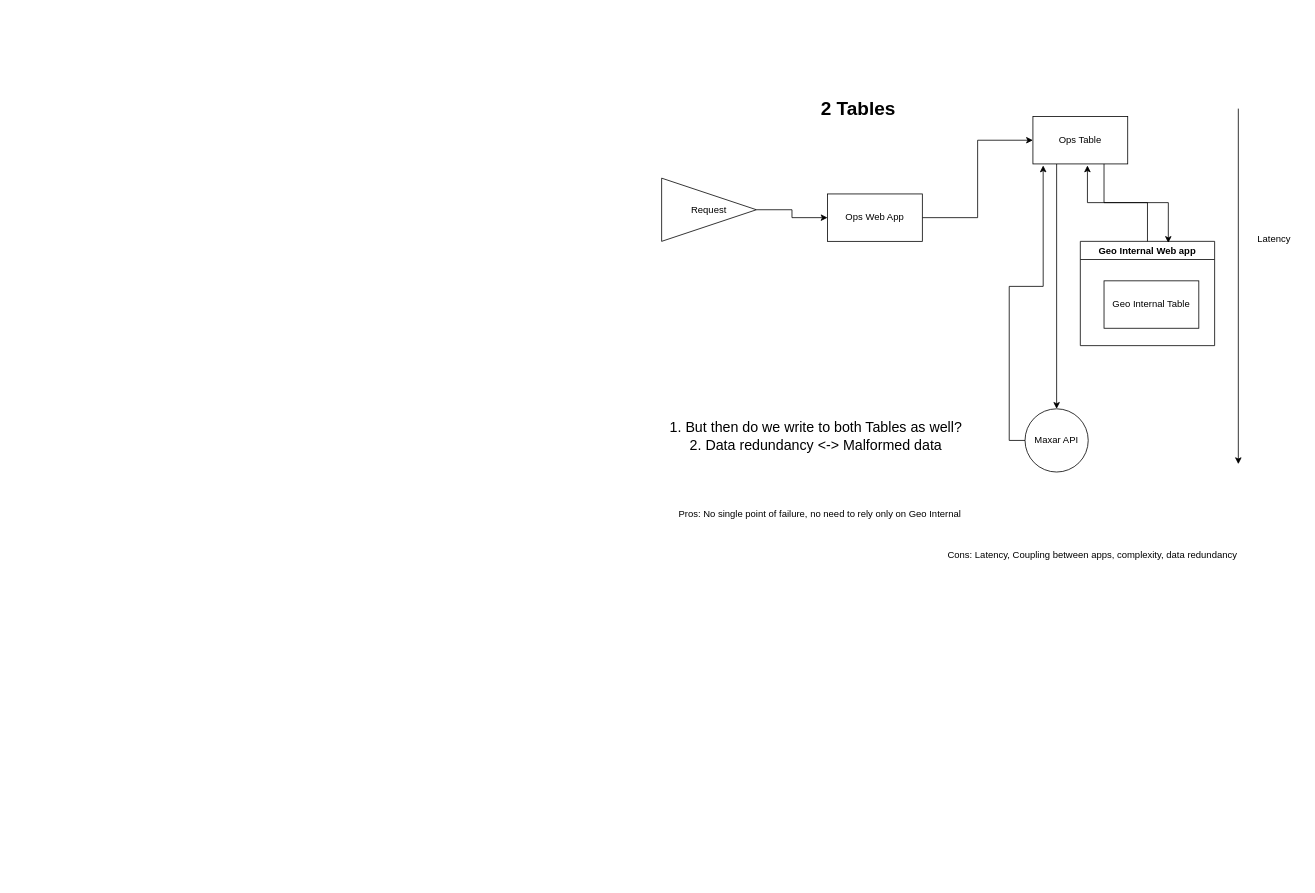
The draw.io diagram Untitled Diagram.drawio in DimVashkov/DimVashkov, before the edit. Source tidied: cells renumbered, new cells numbered last; positions are measured from the earlier drawing's top-left corner, leaving out a move shared by most shapes. Both pictures are drawn from the tidied source at 79%, with x=0, y=0 at pixel (661, 92).
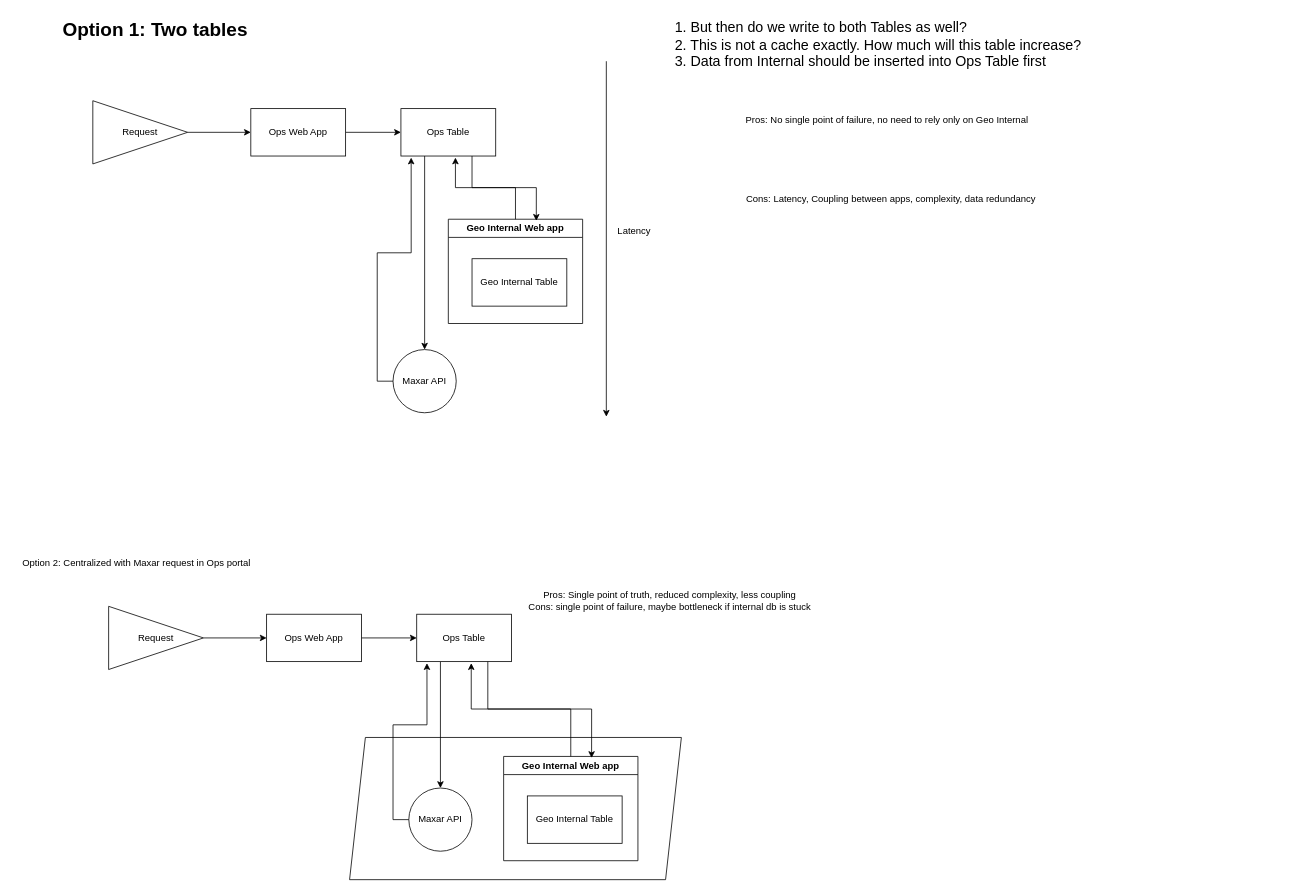
The same diagram, later.

The edit, as a diff of the source:
```diff
@@
+    <mxCell id="20" style="shape=parallelogram;perimeter=parallelogramPerimeter;whiteSpace=wrap;html=1;fixedSize=1;" parent="1" vertex="1">
+      <mxGeometry x="-395" y="816" width="420" height="180" as="geometry" />
+    </mxCell>
@@
     <mxCell id="3" value="Request" style="triangle;whiteSpace=wrap;html=1;" parent="1" vertex="1">
-      <mxGeometry y="108" width="120" height="80" as="geometry" />
+      <mxGeometry x="-720" y="10" width="120" height="80" as="geometry" />
     </mxCell>
-    <mxCell id="4" value="&lt;h1 style=&quot;margin-top: 0px;&quot;&gt;2 Tables&lt;/h1&gt;" style="text;html=1;whiteSpace=wrap;overflow=hidden;rounded=0;" parent="1" vertex="1">
-      <mxGeometry x="200" width="180" height="120" as="geometry" />
+    <mxCell id="4" value="&lt;h1 style=&quot;margin-top: 0px;&quot;&gt;Option 1: Two tables&lt;/h1&gt;" style="text;html=1;whiteSpace=wrap;overflow=hidden;rounded=0;" parent="1" vertex="1">
+      <mxGeometry x="-760" y="-100" width="270" height="120" as="geometry" />
     </mxCell>
@@
     <mxCell id="6" value="Ops Table" style="rounded=0;whiteSpace=wrap;html=1;" parent="1" vertex="1">
-      <mxGeometry x="470" y="30" width="120" height="60" as="geometry" />
+      <mxGeometry x="-330" y="20" width="120" height="60" as="geometry" />
     </mxCell>
     <mxCell id="7" value="Maxar API" style="ellipse;whiteSpace=wrap;html=1;" parent="1" vertex="1">
-      <mxGeometry x="460" y="400" width="80" height="80" as="geometry" />
+      <mxGeometry x="-340" y="325" width="80" height="80" as="geometry" />
     </mxCell>
     <mxCell id="8" style="endArrow=classic;html=1;rounded=0;" parent="1" edge="1">
       <mxGeometry relative="1" as="geometry">
-        <mxPoint x="730" y="20" as="sourcePoint" />
-        <mxPoint x="730" y="470" as="targetPoint" />
+        <mxPoint x="-70" y="-40" as="sourcePoint" />
+        <mxPoint x="-70" y="410" as="targetPoint" />
       </mxGeometry>
     </mxCell>
     <mxCell id="9" value="Latency" style="text;html=1;align=center;verticalAlign=middle;strokeColor=none;fillColor=none;" parent="1" vertex="1">
-      <mxGeometry x="740" y="170" width="70" height="30" as="geometry" />
+      <mxGeometry x="-70" y="160" width="70" height="30" as="geometry" />
     </mxCell>
@@
     <mxCell id="11" value="Ops Web App" style="rounded=0;whiteSpace=wrap;html=1;" parent="1" vertex="1">
-      <mxGeometry x="210" y="128" width="120" height="60" as="geometry" />
+      <mxGeometry x="-520" y="20" width="120" height="60" as="geometry" />
     </mxCell>
     <mxCell id="12" value="Geo Internal Web app" style="swimlane;whiteSpace=wrap;html=1;" parent="1" vertex="1">
-      <mxGeometry x="530" y="188" width="170" height="132" as="geometry" />
+      <mxGeometry x="-270" y="160" width="170" height="132" as="geometry" />
     </mxCell>
@@
-    <mxCell id="17" value="&lt;font style=&quot;font-size: 18px;&quot;&gt;1. But then do we write to both Tables as well?&lt;/font&gt;&lt;div&gt;&lt;font style=&quot;font-size: 18px;&quot;&gt;2. Data redundancy &amp;lt;-&amp;gt; Malformed data&lt;/font&gt;&lt;/div&gt;" style="text;html=1;align=center;verticalAlign=middle;strokeColor=none;fillColor=none;" parent="1" vertex="1">
-      <mxGeometry y="405" width="390" height="60" as="geometry" />
+    <mxCell id="17" value="&lt;font style=&quot;font-size: 18px;&quot;&gt;1. But then do we write to both Tables as well?&lt;/font&gt;&lt;div&gt;&lt;font style=&quot;font-size: 18px;&quot;&gt;2. This is not a cache exactly. How much will this table increase?&lt;/font&gt;&lt;/div&gt;&lt;div style=&quot;&quot;&gt;&lt;font style=&quot;font-size: 18px;&quot;&gt;3. Data from Internal should be inserted into Ops Table first&lt;/font&gt;&lt;/div&gt;" style="text;html=1;align=left;verticalAlign=middle;strokeColor=none;fillColor=none;" parent="1" vertex="1">
+      <mxGeometry x="15" y="-100" width="540" height="80" as="geometry" />
     </mxCell>
     <mxCell id="18" value="Pros: No single point of failure, no need to rely only on Geo Internal" style="text;html=1;align=center;verticalAlign=middle;strokeColor=none;fillColor=none;" parent="1" vertex="1">
-      <mxGeometry x="10" y="518" width="380" height="30" as="geometry" />
+      <mxGeometry x="95" y="20" width="380" height="30" as="geometry" />
     </mxCell>
     <mxCell id="19" value="Cons: Latency, Coupling between apps, complexity, data redundancy" style="text;html=1;align=center;verticalAlign=middle;strokeColor=none;fillColor=none;" parent="1" vertex="1">
-      <mxGeometry x="350" y="570" width="390" height="30" as="geometry" />
+      <mxGeometry x="95" y="120" width="390" height="30" as="geometry" />
     </mxCell>
+    <mxCell id="21" value="Option 2: Centralized with Maxar request in Ops portal" style="text;html=1;align=center;verticalAlign=middle;strokeColor=none;fillColor=none;" parent="1" vertex="1">
+      <mxGeometry x="-820" y="580" width="310" height="30" as="geometry" />
+    </mxCell>
+    <mxCell id="22" style="edgeStyle=orthogonalEdgeStyle;rounded=0;jettySize=auto;html=1;exitX=1;exitY=0.5;exitDx=0;exitDy=0;entryX=0;entryY=0.5;entryDx=0;entryDy=0;" parent="1" edge="1" source="23" target="28">
+      <mxGeometry relative="1" as="geometry" />
+    </mxCell>
+    <mxCell id="23" value="Request" style="triangle;whiteSpace=wrap;html=1;" parent="1" vertex="1">
+      <mxGeometry x="-700" y="650" width="120" height="80" as="geometry" />
+    </mxCell>
+    <mxCell id="24" style="edgeStyle=orthogonalEdgeStyle;rounded=0;jettySize=auto;html=1;exitX=0.25;exitY=1;exitDx=0;exitDy=0;" parent="1" edge="1" source="25" target="26">
+      <mxGeometry relative="1" as="geometry" />
+    </mxCell>
+    <mxCell id="25" value="Ops Table" style="rounded=0;whiteSpace=wrap;html=1;" parent="1" vertex="1">
+      <mxGeometry x="-310" y="660" width="120" height="60" as="geometry" />
+    </mxCell>
+    <mxCell id="26" value="Maxar API" style="ellipse;whiteSpace=wrap;html=1;" parent="1" vertex="1">
+      <mxGeometry x="-320" y="880" width="80" height="80" as="geometry" />
+    </mxCell>
+    <mxCell id="27" style="edgeStyle=orthogonalEdgeStyle;rounded=0;jettySize=auto;html=1;exitX=1;exitY=0.5;exitDx=0;exitDy=0;entryX=0;entryY=0.5;entryDx=0;entryDy=0;" parent="1" edge="1" source="28" target="25">
+      <mxGeometry relative="1" as="geometry" />
+    </mxCell>
+    <mxCell id="28" value="Ops Web App" style="rounded=0;whiteSpace=wrap;html=1;" parent="1" vertex="1">
+      <mxGeometry x="-500" y="660" width="120" height="60" as="geometry" />
+    </mxCell>
+    <mxCell id="29" value="Geo Internal Web app" style="swimlane;whiteSpace=wrap;html=1;" parent="1" vertex="1">
+      <mxGeometry x="-200" y="840" width="170" height="132" as="geometry" />
+    </mxCell>
+    <mxCell id="30" value="Geo Internal Table" style="rounded=0;whiteSpace=wrap;html=1;" parent="29" vertex="1">
+      <mxGeometry x="30" y="50" width="120" height="60" as="geometry" />
+    </mxCell>
+    <mxCell id="31" style="edgeStyle=orthogonalEdgeStyle;rounded=0;jettySize=auto;html=1;exitX=0.75;exitY=1;exitDx=0;exitDy=0;entryX=0.655;entryY=0.015;entryDx=0;entryDy=0;entryPerimeter=0;" parent="1" edge="1" source="25" target="29">
+      <mxGeometry relative="1" as="geometry" />
+    </mxCell>
+    <mxCell id="32" style="edgeStyle=orthogonalEdgeStyle;rounded=0;jettySize=auto;html=1;exitX=0.5;exitY=0;exitDx=0;exitDy=0;entryX=0.575;entryY=1.033;entryDx=0;entryDy=0;entryPerimeter=0;" parent="1" edge="1" source="29" target="25">
+      <mxGeometry relative="1" as="geometry" />
+    </mxCell>
+    <mxCell id="33" style="edgeStyle=orthogonalEdgeStyle;rounded=0;jettySize=auto;html=1;exitX=0;exitY=0.5;exitDx=0;exitDy=0;entryX=0.108;entryY=1.033;entryDx=0;entryDy=0;entryPerimeter=0;" parent="1" edge="1" source="26" target="25">
+      <mxGeometry relative="1" as="geometry" />
+    </mxCell>
+    <mxCell id="34" value="Pros: Single point of truth, reduced complexity, less coupling&lt;div&gt;Cons: single point of failure, maybe bottleneck if internal db is stuck&lt;/div&gt;" style="text;html=1;align=center;verticalAlign=middle;strokeColor=none;fillColor=none;" parent="1" vertex="1">
+      <mxGeometry x="-180" y="623" width="380" height="40" as="geometry" />
+    </mxCell>
```
